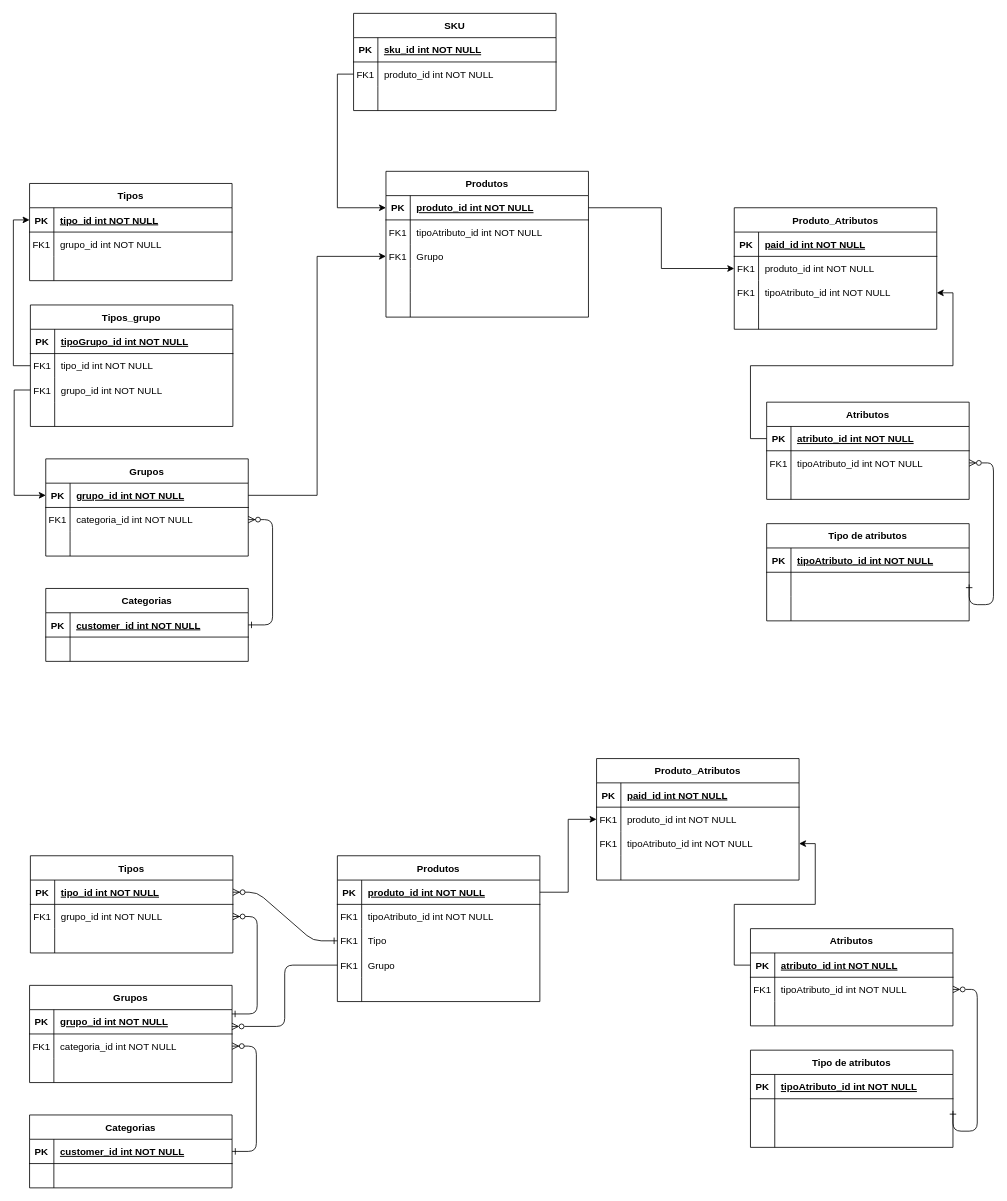
Nova-Corrente/DiagrmasSupply keeps this draw.io diagram as Supply.drawio. Above is the earlier version. Source tidied: cells renumbered, new cells numbered last; positions are measured from the earlier drawing's top-left corner, leaving out a move shared by most shapes. Both pictures are drawn from the tidied source at 81%, with x=0, y=0 at pixel (29, 13).
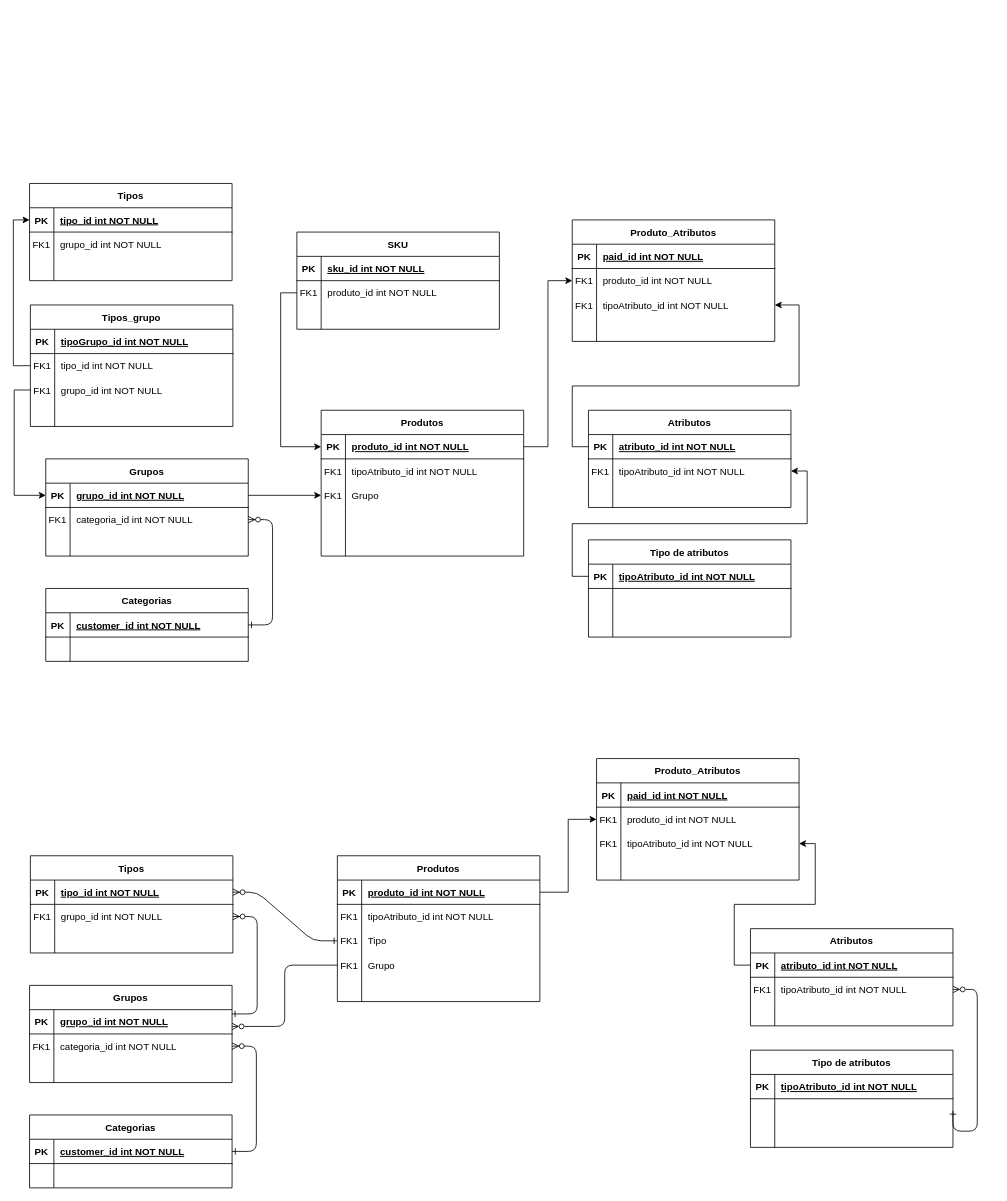
The same diagram, later.

Unchanged cells that the change refers to:
```xml
<mxCell id="115" style="shape=partialRectangle;fillColor=none;points=[[0,0.5],[1,0.5]];portConstraint=eastwest;top=0;left=0;right=0;bottom=1;" parent="114" vertex="1">
  <mxGeometry y="30" width="250" height="30" as="geometry" />
</mxCell>
<mxCell id="118" style="shape=partialRectangle;fillColor=none;points=[[0,0.5],[1,0.5]];portConstraint=eastwest;top=0;left=0;right=0;bottom=0;" parent="114" vertex="1">
  <mxGeometry y="60" width="250" height="30" as="geometry" />
</mxCell>
<mxCell id="125" style="shape=partialRectangle;fillColor=none;points=[[0,0.5],[1,0.5]];portConstraint=eastwest;top=0;left=0;right=0;bottom=1;" parent="124" vertex="1">
  <mxGeometry y="30" width="250" height="30" as="geometry" />
</mxCell>
<mxCell id="128" style="shape=partialRectangle;fillColor=none;points=[[0,0.5],[1,0.5]];portConstraint=eastwest;top=0;left=0;right=0;bottom=0;" parent="124" vertex="1">
  <mxGeometry y="60" width="250" height="30" as="geometry" />
</mxCell>
<mxCell id="142" style="shape=partialRectangle;fillColor=none;points=[[0,0.5],[1,0.5]];portConstraint=eastwest;top=0;left=0;right=0;bottom=0;" parent="135" vertex="1">
  <mxGeometry y="90" width="250" height="30" as="geometry" />
</mxCell>
```

Diff of the diagram source:
```diff
@@
     <mxCell id="114" value="Tipo de atributos" style="shape=table;startSize=30;childLayout=tableLayout;rowLines=0;fontStyle=1;align=center;" parent="1" vertex="1">
-      <mxGeometry x="910" y="630" width="250" height="120" as="geometry" />
+      <mxGeometry x="690" y="650" width="250" height="120" as="geometry" />
     </mxCell>
@@
     <mxCell id="124" value="Atributos" style="shape=table;startSize=30;childLayout=tableLayout;rowLines=0;fontStyle=1;align=center;" parent="1" vertex="1">
-      <mxGeometry x="910" y="480" width="250" height="120" as="geometry" />
+      <mxGeometry x="690" y="490" width="250" height="120" as="geometry" />
     </mxCell>
@@
-    <mxCell id="134" style="edgeStyle=orthogonalEdgeStyle;rounded=1;jettySize=auto;html=1;exitX=1;exitY=0.5;exitDx=0;exitDy=0;entryX=1;entryY=0.5;entryDx=0;entryDy=0;curved=0;endArrow=ERzeroToMany;endFill=0;startArrow=ERone;startFill=0;" parent="1" edge="1" source="118" target="128">
-      <mxGeometry relative="1" as="geometry">
-        <Array as="points">
-          <mxPoint x="1190" y="730" />
-          <mxPoint x="1190" y="555" />
-        </Array>
-      </mxGeometry>
-    </mxCell>
     <mxCell id="135" value="Produto_Atributos" style="shape=table;startSize=30;childLayout=tableLayout;rowLines=0;fontStyle=1;align=center;" parent="1" vertex="1">
-      <mxGeometry x="870" y="240" width="250" height="150" as="geometry" />
+      <mxGeometry x="670" y="255" width="250" height="150" as="geometry" />
     </mxCell>
@@
     <mxCell id="148" style="group;" parent="1" vertex="1">
-      <mxGeometry x="440" y="195" width="250" height="180" as="geometry" />
+      <mxGeometry x="360" y="490" width="250" height="180" as="geometry" />
     </mxCell>
@@
     <mxCell id="165" style="edgeStyle=orthogonalEdgeStyle;rounded=0;jettySize=auto;html=1;exitX=0;exitY=0.5;exitDx=0;exitDy=0;entryX=1;entryY=0.5;entryDx=0;entryDy=0;" parent="1" edge="1" source="125" target="142">
-      <mxGeometry relative="1" as="geometry" />
+      <mxGeometry relative="1" as="geometry">
+        <Array as="points">
+          <mxPoint x="670" y="535" />
+          <mxPoint x="670" y="460" />
+          <mxPoint x="950" y="460" />
+          <mxPoint x="950" y="360" />
+        </Array>
+      </mxGeometry>
     </mxCell>
@@
     <mxCell id="183" value="SKU" style="shape=table;startSize=30;childLayout=tableLayout;rowLines=0;fontStyle=1;align=center;" parent="1" vertex="1">
-      <mxGeometry x="400" width="250" height="120" as="geometry" />
+      <mxGeometry x="330" y="270" width="250" height="120" as="geometry" />
     </mxCell>
@@
+    <mxCell id="194" style="edgeStyle=orthogonalEdgeStyle;rounded=0;jettySize=auto;html=1;entryX=1;entryY=0.5;entryDx=0;entryDy=0;exitX=0;exitY=0.5;exitDx=0;exitDy=0;" parent="1" edge="1" source="115" target="128">
+      <mxGeometry relative="1" as="geometry">
+        <Array as="points">
+          <mxPoint x="670" y="695" />
+          <mxPoint x="670" y="630" />
+          <mxPoint x="960" y="630" />
+          <mxPoint x="960" y="565" />
+        </Array>
+      </mxGeometry>
+    </mxCell>
```
